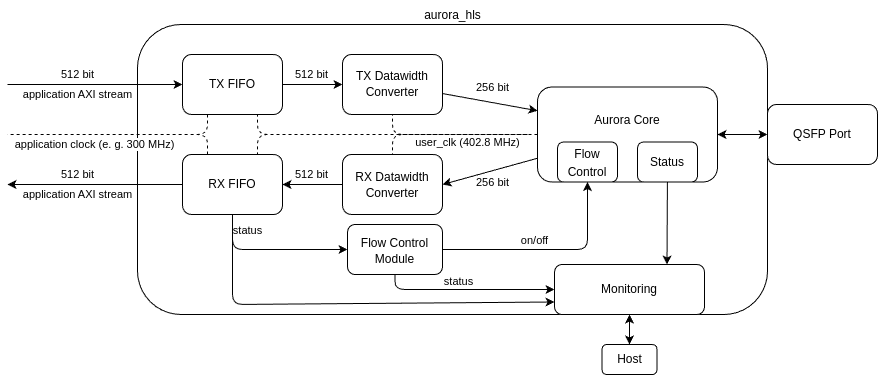
pc2/Aurora-HLS keeps this draw.io diagram as images/block_diagram.drawio.png. Above is the earlier version. Source tidied: cells renumbered, new cells last; positions are measured from the earlier drawing's top-left corner, leaving out a move shared by most shapes.
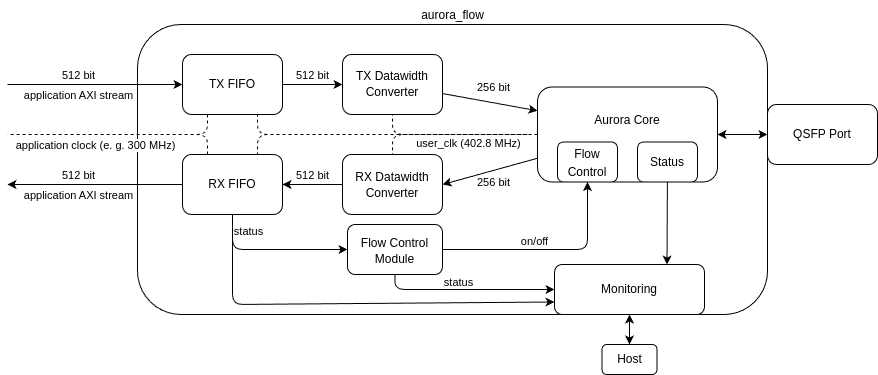
After the change.

Commit message:
update block diagram

What changed in the source:
```diff
@@ -5,8 +5,8 @@
     <mxCell id="2" style="rounded=1;whiteSpace=wrap;html=1;" parent="1" vertex="1">
       <mxGeometry x="130" y="24" width="630" height="290" as="geometry" />
     </mxCell>
-    <mxCell id="3" value="aurora_hls" style="text;html=1;align=center;verticalAlign=middle;strokeColor=none;fillColor=none;" parent="1" vertex="1">
-      <mxGeometry x="405" width="80" height="30" as="geometry" />
+    <mxCell id="3" value="aurora_flow" style="text;html=1;align=center;verticalAlign=middle;strokeColor=none;fillColor=none;" parent="1" vertex="1">
+      <mxGeometry x="400" width="90" height="30" as="geometry" />
     </mxCell>
     <mxCell id="4" style="edgeStyle=none;html=1;entryX=1;entryY=0.5;entryDx=0;entryDy=0;exitX=0;exitY=0.75;exitDx=0;exitDy=0;" parent="1" edge="1" source="5" target="12">
       <mxGeometry relative="1" as="geometry" />
```
